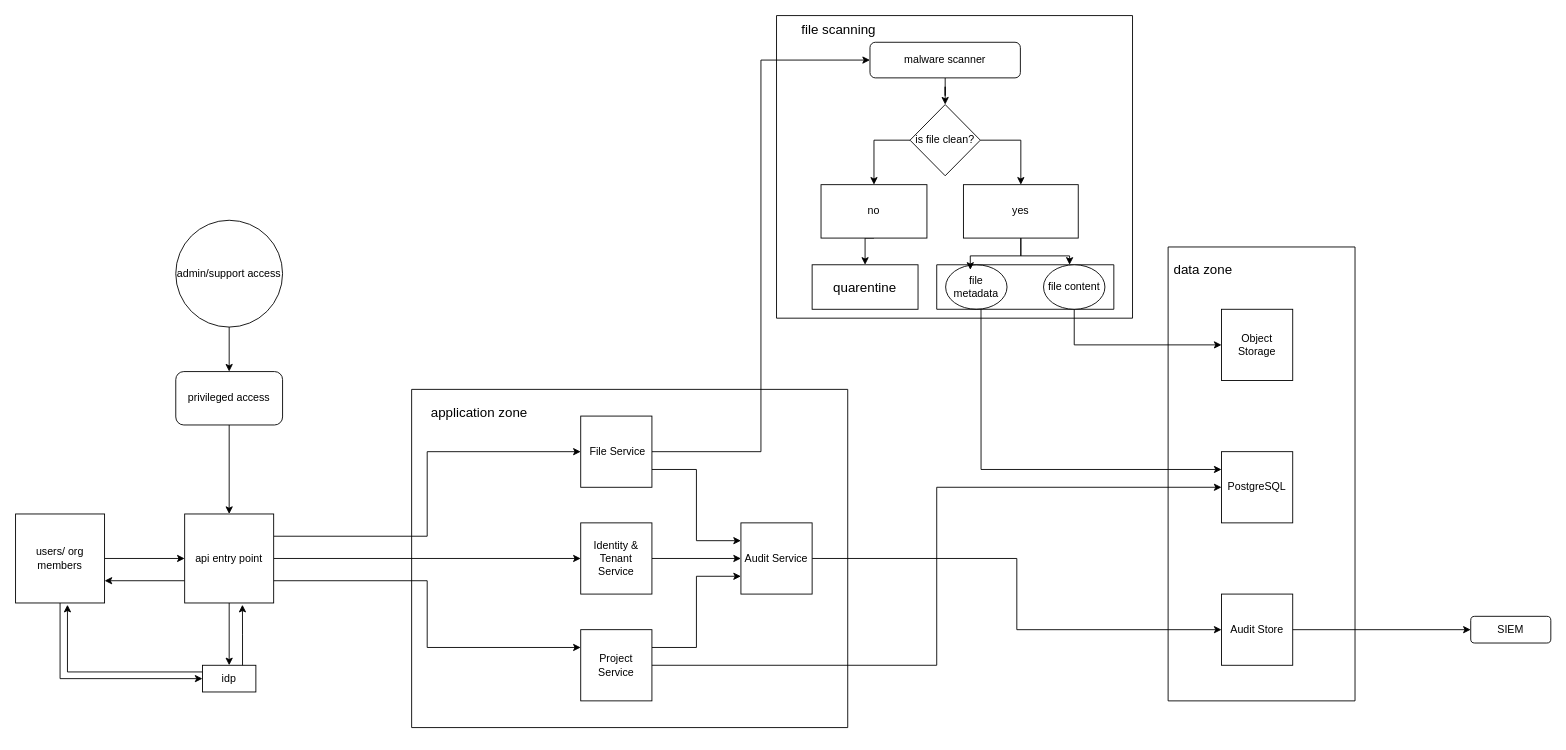
This is multi-tenant-saas-security-architecture/diagrams/data-flow.drawio from 0xn3by/security-architecture, a draw.io file, before an edit. Source tidied: cells renumbered, new cells numbered last; positions are measured from the earlier drawing's top-left corner, leaving out a move shared by most shapes. Both pictures are drawn from the tidied source at 89%, with x=0, y=0 at pixel (15, 15).
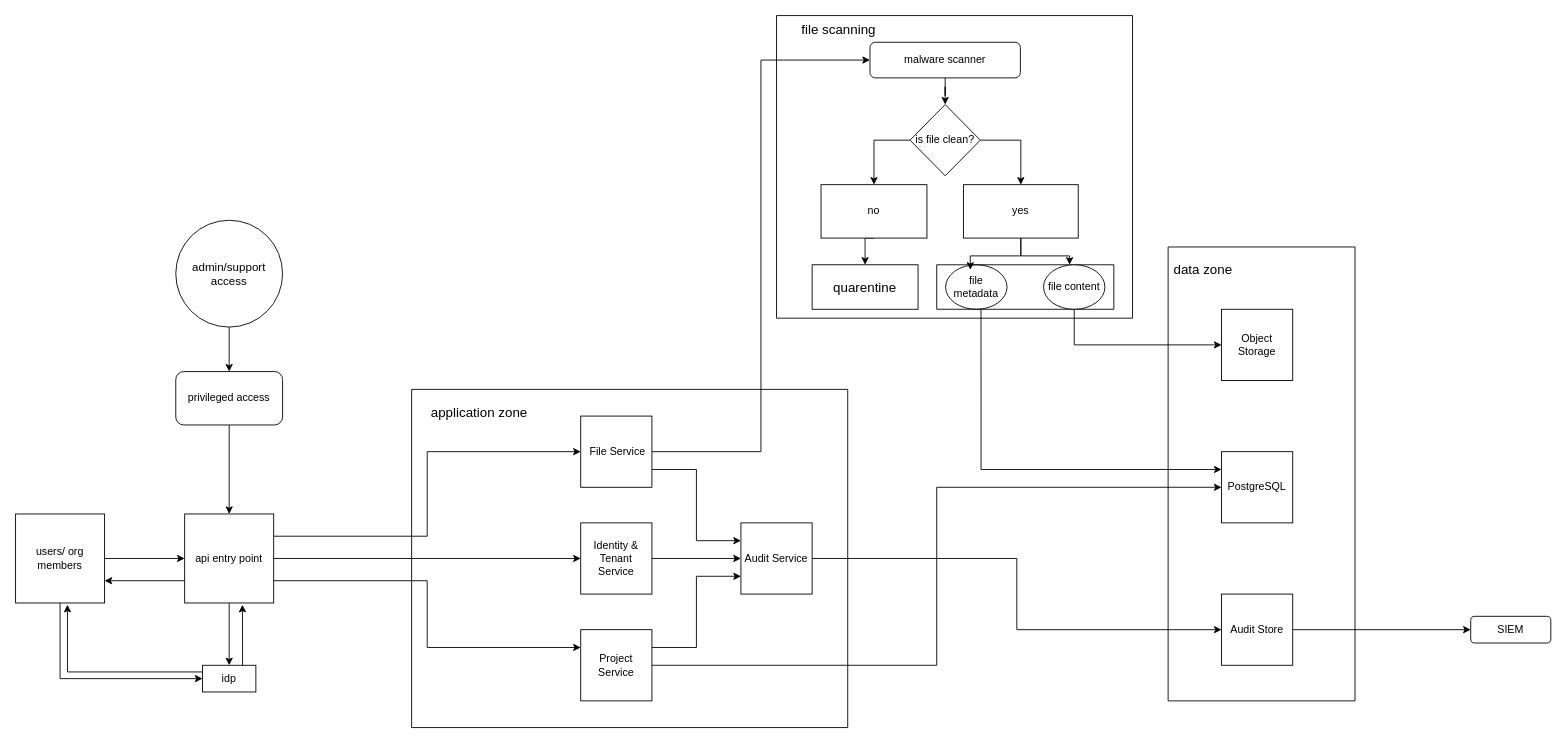
The same page after the edit.

Commit message:
Refine data flow diagram formatting

Diff of the diagram source:
```diff
@@
-    <mxCell id="23" value="admin/support access" style="ellipse;whiteSpace=wrap;html=1;shapeInside=1;" parent="1" vertex="1">
+    <mxCell id="23" value="&lt;font style=&quot;font-size: 13px;&quot;&gt;admin/support access&lt;/font&gt;" style="ellipse;whiteSpace=wrap;html=1;shapeInside=1;" parent="1" vertex="1">
       <mxGeometry x="180" y="230" width="120" height="120" as="geometry" />
     </mxCell>
```
